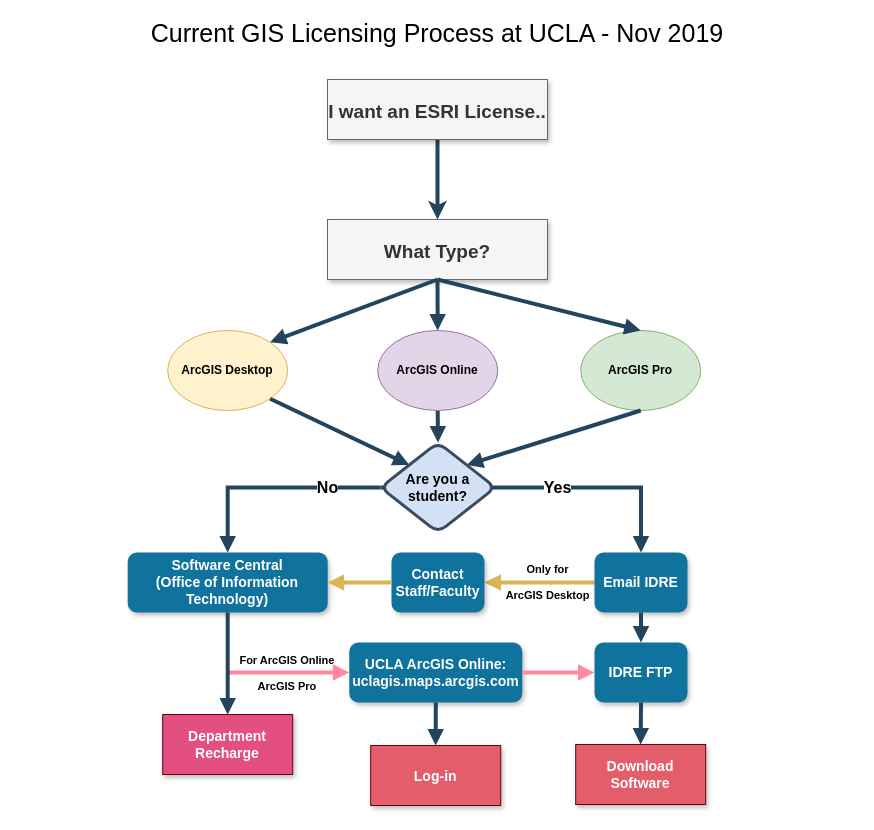
Above: Current ArcGIS Licensing Process at UCLA v2.drawio in albertkun/uclagis (draw.io), before the change. Source tidied: cells renumbered, new cells numbered last; positions are measured from the earlier drawing's top-left corner, leaving out a move shared by most shapes. Both pictures are drawn from the tidied source at 100%, with x=0, y=0 at pixel (17, 22).
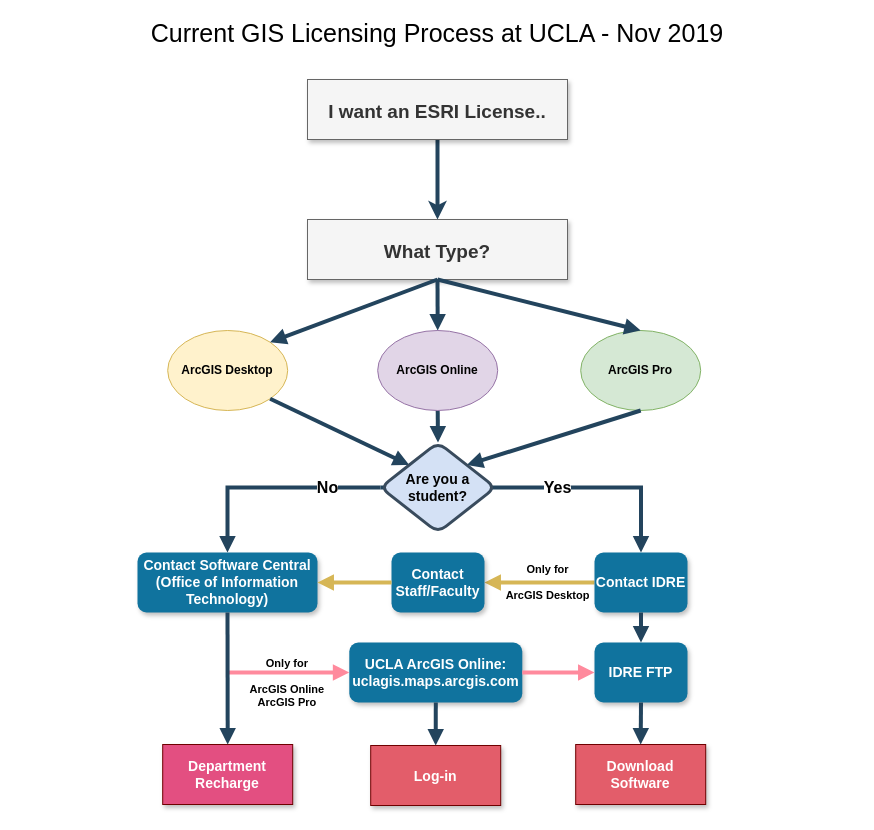
Above is the later version.

The change refers to these unchanged cells:
```xml
<mxCell id="13" value="UCLA ArcGIS Online:&#10;uclagis.maps.arcgis.com" style="rounded=1;fillColor=#10739E;strokeColor=none;shadow=1;gradientColor=none;fontStyle=1;fontColor=#FFFFFF;fontSize=14;verticalAlign=middle;whiteSpace=wrap;" parent="1" vertex="1">
  <mxGeometry x="331.8" y="620" width="173" height="60" as="geometry" />
</mxCell>
```

Change to the diagram source:
```diff
@@
-    <mxCell id="3" value="Software Central&#10;(Office of Information Technology)" style="rounded=1;fillColor=#10739E;strokeColor=none;shadow=1;gradientColor=none;fontStyle=1;fontColor=#FFFFFF;fontSize=14;verticalAlign=middle;whiteSpace=wrap;" parent="1" vertex="1">
-      <mxGeometry x="110.2" y="530" width="200" height="60" as="geometry" />
+    <mxCell id="3" value="Contact Software Central&#10;(Office of Information Technology)" style="rounded=1;fillColor=#10739E;strokeColor=none;shadow=1;gradientColor=none;fontStyle=1;fontColor=#FFFFFF;fontSize=14;verticalAlign=middle;whiteSpace=wrap;" parent="1" vertex="1">
+      <mxGeometry x="120" y="530" width="180" height="60" as="geometry" />
     </mxCell>
@@
     <mxCell id="9" value="What Type?" style="rounded=0;fillColor=#f5f5f5;strokeColor=#666666;shadow=1;fontStyle=1;fontColor=#333333;fontSize=19;" parent="1" vertex="1">
-      <mxGeometry x="310" y="197" width="220" height="60" as="geometry" />
+      <mxGeometry x="290" y="197" width="260" height="60" as="geometry" />
     </mxCell>
     <mxCell id="10" value="I want an ESRI License.." style="rounded=0;fillColor=#f5f5f5;strokeColor=#666666;shadow=1;fontStyle=1;fontColor=#333333;fontSize=19;" parent="1" vertex="1">
-      <mxGeometry x="310" y="57" width="220" height="60" as="geometry" />
+      <mxGeometry x="290" y="57" width="260" height="60" as="geometry" />
     </mxCell>
     <mxCell id="11" value="Department Recharge" style="rounded=0;fillColor=#E34F81;strokeColor=#6F0000;shadow=1;fontStyle=1;fontSize=14;fontColor=#ffffff;whiteSpace=wrap;gradientColor=none;" parent="1" vertex="1">
-      <mxGeometry x="145.2" y="692" width="130" height="60" as="geometry" />
+      <mxGeometry x="145.2" y="722" width="130" height="60" as="geometry" />
     </mxCell>
@@
-    <mxCell id="26" value="Email IDRE" style="rounded=1;fillColor=#10739E;strokeColor=none;shadow=1;gradientColor=none;fontStyle=1;fontColor=#FFFFFF;fontSize=14;verticalAlign=middle;whiteSpace=wrap;" parent="1" vertex="1">
+    <mxCell id="26" value="Contact IDRE" style="rounded=1;fillColor=#10739E;strokeColor=none;shadow=1;gradientColor=none;fontStyle=1;fontColor=#FFFFFF;fontSize=14;verticalAlign=middle;whiteSpace=wrap;" parent="1" vertex="1">
       <mxGeometry x="577" y="530" width="93" height="60" as="geometry" />
     </mxCell>
@@
-    <mxCell id="30" value="For ArcGIS Online&#10;&#10;ArcGIS Pro" style="elbow=vertical;strokeWidth=4;endArrow=block;endFill=1;fontStyle=1;strokeColor=#FF8A9D;fontSize=11;rounded=0;entryX=0;entryY=0.5;entryDx=0;entryDy=0;labelBackgroundColor=none;fillColor=#f8cecc;" parent="1" edge="1" target="13">
+    <mxCell id="30" value="Only for &#10;&#10;ArcGIS Online&#10;ArcGIS Pro" style="elbow=vertical;strokeWidth=4;endArrow=block;endFill=1;fontStyle=1;strokeColor=#FF8A9D;fontSize=11;rounded=0;entryX=0;entryY=0.5;entryDx=0;entryDy=0;labelBackgroundColor=none;fillColor=#f8cecc;" parent="1" edge="1" target="13">
       <mxGeometry as="geometry">
         <mxPoint x="210" y="650" as="sourcePoint" />
-        <mxPoint x="-1" as="offset" />
+        <mxPoint x="-1" y="10" as="offset" />
       </mxGeometry>
     </mxCell>
```
